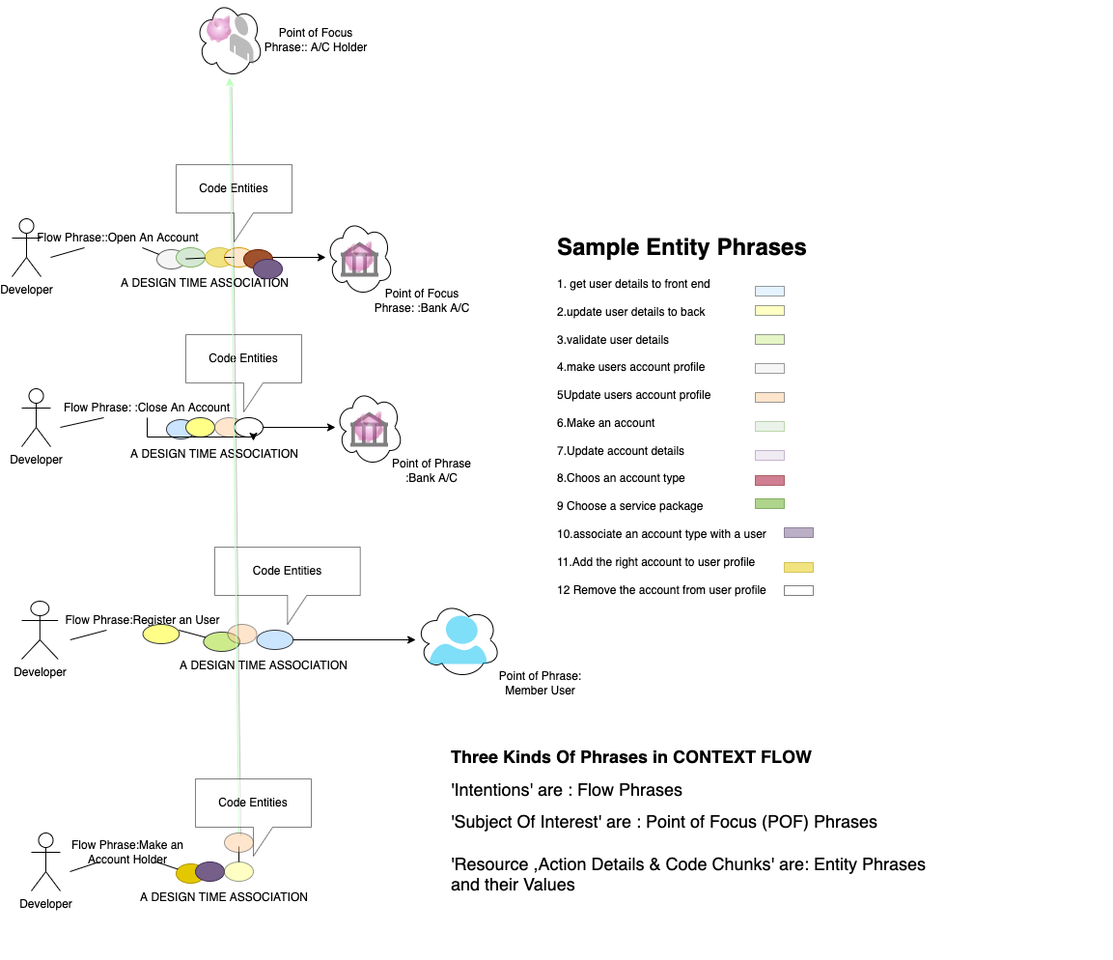
Earlier version of the draw.io export flow_context.png (spicecoder/ContextFlow_Intro). Source tidied: cells renumbered, new cells last; positions are measured from the earlier drawing's top-left corner, leaving out a move shared by most shapes.
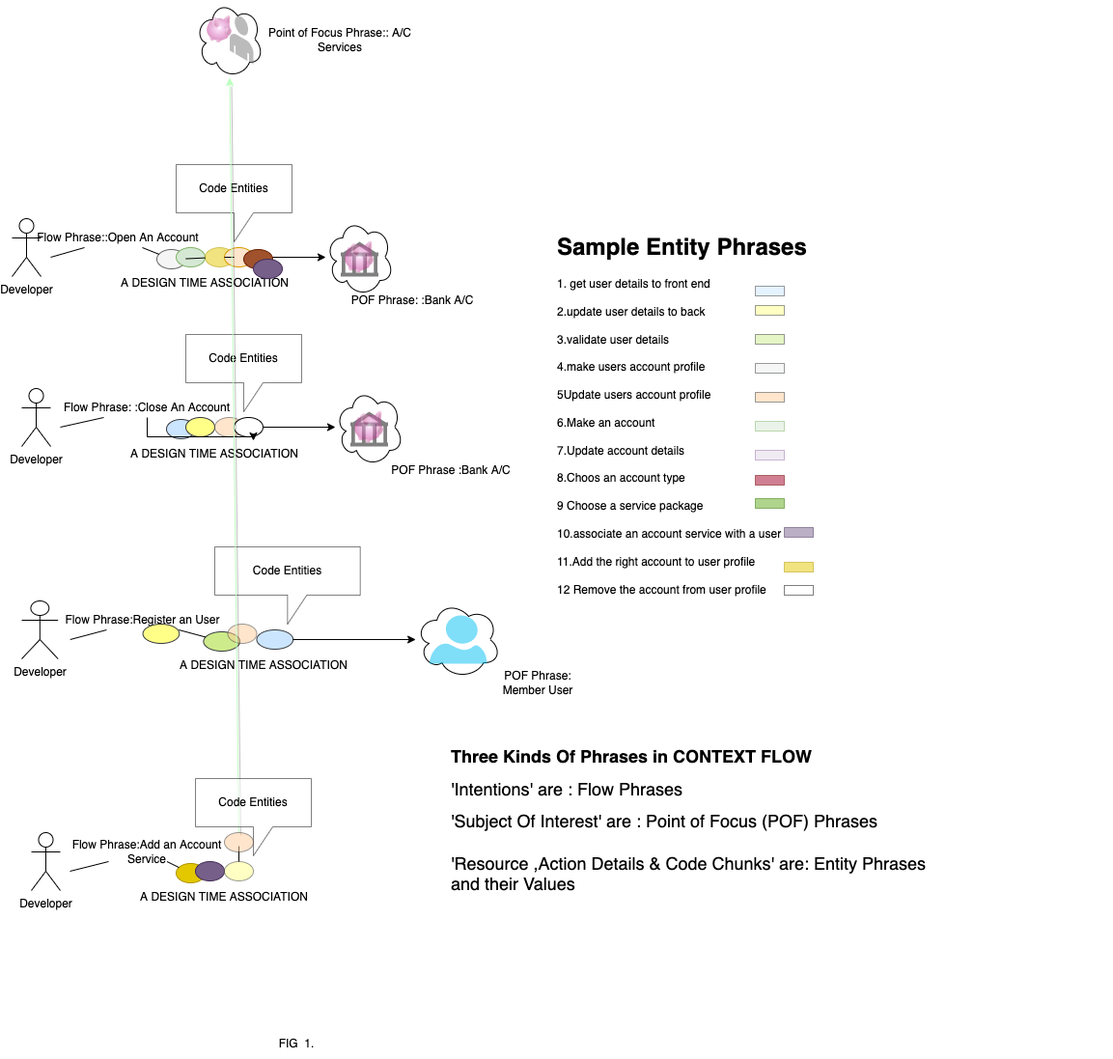
After the commit.

Diff of the diagram source:
```diff
@@ -52,8 +52,8 @@
     <mxCell id="17" value="A DESIGN TIME ASSOCIATION" style="text;html=1;strokeColor=none;fillColor=none;align=center;verticalAlign=middle;whiteSpace=wrap;rounded=0;opacity=50;" parent="2" vertex="1">
       <mxGeometry x="110" y="108" width="180" height="30" as="geometry" />
     </mxCell>
-    <mxCell id="18" value="Point of Focus Phrase: :Bank A/C" style="text;html=1;strokeColor=none;fillColor=none;align=center;verticalAlign=middle;whiteSpace=wrap;rounded=0;opacity=50;" parent="2" vertex="1">
-      <mxGeometry x="370" y="126" width="110" height="30" as="geometry" />
+    <mxCell id="18" value="POF Phrase: :Bank A/C" style="text;html=1;strokeColor=none;fillColor=none;align=center;verticalAlign=middle;whiteSpace=wrap;rounded=0;opacity=50;" parent="2" vertex="1">
+      <mxGeometry x="350" y="126" width="130" height="30" as="geometry" />
     </mxCell>
     <mxCell id="19" value="Code Entities" style="shape=callout;whiteSpace=wrap;html=1;perimeter=calloutPerimeter;opacity=50;" parent="2" vertex="1">
       <mxGeometry x="170" width="120" height="80" as="geometry" />
@@ -65,7 +65,7 @@
       <mxGeometry x="250" y="98" width="30" height="20" as="geometry" />
     </mxCell>
     <mxCell id="22" style="group;" parent="1" vertex="1">
-      <mxGeometry x="10" y="346" width="480" height="156" as="geometry" />
+      <mxGeometry x="10" y="346" width="520" height="156" as="geometry" />
     </mxCell>
     <mxCell id="23" value="Developer" style="shape=umlActor;verticalLabelPosition=bottom;verticalAlign=top;html=1;" parent="22" vertex="1">
       <mxGeometry y="56" width="30" height="60" as="geometry" />
@@ -113,14 +113,14 @@
     <mxCell id="35" value="A DESIGN TIME ASSOCIATION" style="text;html=1;strokeColor=none;fillColor=none;align=center;verticalAlign=middle;whiteSpace=wrap;rounded=0;opacity=50;" parent="22" vertex="1">
       <mxGeometry x="110" y="110" width="180" height="28" as="geometry" />
     </mxCell>
-    <mxCell id="36" value="Point of Phrase :Bank A/C" style="text;html=1;strokeColor=none;fillColor=none;align=center;verticalAlign=middle;whiteSpace=wrap;rounded=0;opacity=50;" parent="22" vertex="1">
-      <mxGeometry x="370" y="126" width="110" height="30" as="geometry" />
+    <mxCell id="36" value="POF Phrase :Bank A/C" style="text;html=1;strokeColor=none;fillColor=none;align=center;verticalAlign=middle;whiteSpace=wrap;rounded=0;opacity=50;" parent="22" vertex="1">
+      <mxGeometry x="370" y="126" width="150" height="30" as="geometry" />
     </mxCell>
     <mxCell id="37" value="Code Entities" style="shape=callout;whiteSpace=wrap;html=1;perimeter=calloutPerimeter;opacity=50;" parent="22" vertex="1">
       <mxGeometry x="170" width="120" height="80" as="geometry" />
     </mxCell>
     <mxCell id="38" style="group;" parent="1" vertex="1">
-      <mxGeometry x="10" y="566" width="610" height="156" as="geometry" />
+      <mxGeometry x="10" y="566" width="630" height="156" as="geometry" />
     </mxCell>
     <mxCell id="39" value="Developer" style="shape=umlActor;verticalLabelPosition=bottom;verticalAlign=top;html=1;" parent="38" vertex="1">
       <mxGeometry y="56" width="37.7" height="60" as="geometry" />
@@ -156,8 +156,8 @@
     <mxCell id="48" value="A DESIGN TIME ASSOCIATION" style="text;html=1;strokeColor=none;fillColor=none;align=center;verticalAlign=middle;whiteSpace=wrap;rounded=0;opacity=50;" parent="38" vertex="1">
       <mxGeometry x="138.1" y="108" width="226" height="30" as="geometry" />
     </mxCell>
-    <mxCell id="49" value="Point of Phrase:&lt;br&gt;Member User" style="text;html=1;strokeColor=none;fillColor=none;align=center;verticalAlign=middle;whiteSpace=wrap;rounded=0;opacity=50;" parent="38" vertex="1">
-      <mxGeometry x="464.6" y="126" width="145.3" height="30" as="geometry" />
+    <mxCell id="49" value="POF Phrase:&lt;br&gt;Member User" style="text;html=1;strokeColor=none;fillColor=none;align=center;verticalAlign=middle;whiteSpace=wrap;rounded=0;opacity=50;" parent="38" vertex="1">
+      <mxGeometry x="440" y="126" width="190" height="30" as="geometry" />
     </mxCell>
     <mxCell id="50" value="Code Entities" style="shape=callout;whiteSpace=wrap;html=1;perimeter=calloutPerimeter;opacity=50;" parent="38" vertex="1">
       <mxGeometry x="200" width="150.7" height="80" as="geometry" />
@@ -199,8 +199,8 @@
         <mxPoint x="234.9" y="862" as="sourcePoint" />
       </mxGeometry>
     </mxCell>
-    <mxCell id="62" value="Flow Phrase:Make an Account Holder" style="text;html=1;strokeColor=none;fillColor=none;align=center;verticalAlign=middle;whiteSpace=wrap;rounded=0;opacity=50;" parent="1" vertex="1">
-      <mxGeometry x="40" y="872" width="160" height="20" as="geometry" />
+    <mxCell id="62" value="Flow Phrase:Add an Account Service" style="text;html=1;strokeColor=none;fillColor=none;align=center;verticalAlign=middle;whiteSpace=wrap;rounded=0;opacity=50;" parent="1" vertex="1">
+      <mxGeometry x="40" y="872" width="200" height="20" as="geometry" />
     </mxCell>
     <mxCell id="63" style="endArrow=none;html=1;rounded=0;" parent="1" edge="1" target="62">
       <mxGeometry relative="1" as="geometry">
@@ -210,8 +210,8 @@
     <mxCell id="64" value="A DESIGN TIME ASSOCIATION" style="text;html=1;strokeColor=none;fillColor=none;align=center;verticalAlign=middle;whiteSpace=wrap;rounded=0;opacity=50;" parent="1" vertex="1">
       <mxGeometry x="130" y="914" width="180" height="30" as="geometry" />
     </mxCell>
-    <mxCell id="65" value="Point of Focus Phrase:: A/C Holder" style="text;html=1;strokeColor=none;fillColor=none;align=center;verticalAlign=middle;whiteSpace=wrap;rounded=0;opacity=50;" parent="1" vertex="1">
-      <mxGeometry x="260" y="26" width="110" height="30" as="geometry" />
+    <mxCell id="65" value="Point of Focus Phrase:: A/C Services" style="text;html=1;strokeColor=none;fillColor=none;align=center;verticalAlign=middle;whiteSpace=wrap;rounded=0;opacity=50;" parent="1" vertex="1">
+      <mxGeometry x="260" y="26" width="160" height="30" as="geometry" />
     </mxCell>
     <mxCell id="66" value="Code Entities" style="shape=callout;whiteSpace=wrap;html=1;perimeter=calloutPerimeter;opacity=50;" parent="1" vertex="1">
       <mxGeometry x="190" y="806" width="120" height="80" as="geometry" />
@@ -222,7 +222,7 @@
     <mxCell id="68" style="image;html=1;image=img/lib/clip_art/finance/Piggy_Bank_128x128.png;opacity=50;" parent="1" vertex="1">
       <mxGeometry x="200" y="15.8" width="30" height="28" as="geometry" />
     </mxCell>
-    <mxCell id="69" value="&lt;h1&gt;Sample Entity Phrases&lt;/h1&gt;&lt;div&gt;1. get user details to front end&lt;/div&gt;&lt;div&gt;&lt;br&gt;&lt;/div&gt;&lt;div&gt;2.update user details to back&amp;nbsp;&lt;/div&gt;&lt;div&gt;&lt;br&gt;&lt;/div&gt;&lt;div&gt;&lt;span&gt;3.validate user details&lt;/span&gt;&lt;/div&gt;&lt;div&gt;&lt;span&gt;&lt;br&gt;&lt;/span&gt;&lt;/div&gt;&lt;div&gt;4.make users account profile&lt;/div&gt;&lt;div&gt;&lt;br&gt;&lt;/div&gt;&lt;div&gt;5Update users account profile&lt;/div&gt;&lt;div&gt;&lt;br&gt;&lt;/div&gt;&lt;div&gt;6.Make an account&lt;/div&gt;&lt;div&gt;&lt;br&gt;&lt;/div&gt;&lt;div&gt;7.Update account details&lt;/div&gt;&lt;div&gt;&lt;br&gt;&lt;/div&gt;&lt;div&gt;8.Choos an account type&lt;/div&gt;&lt;div&gt;&lt;br&gt;&lt;/div&gt;&lt;div&gt;9 Choose a service package&lt;/div&gt;&lt;div&gt;&lt;br&gt;&lt;/div&gt;&lt;div&gt;10.associate an account type with a user&lt;/div&gt;&lt;div&gt;&lt;br&gt;&lt;/div&gt;&lt;div&gt;11.Add the right account to user profile&lt;/div&gt;&lt;div&gt;&lt;br&gt;&lt;/div&gt;&lt;div&gt;12 Remove the account from user profile&lt;/div&gt;&lt;div&gt;&lt;br&gt;&lt;/div&gt;" style="text;html=1;strokeColor=none;fillColor=none;spacing=5;spacingTop=-20;whiteSpace=wrap;overflow=hidden;rounded=0;opacity=50;" parent="1" vertex="1">
+    <mxCell id="69" value="&lt;h1&gt;Sample Entity Phrases&lt;/h1&gt;&lt;div&gt;1. get user details to front end&lt;/div&gt;&lt;div&gt;&lt;br&gt;&lt;/div&gt;&lt;div&gt;2.update user details to back&amp;nbsp;&lt;/div&gt;&lt;div&gt;&lt;br&gt;&lt;/div&gt;&lt;div&gt;&lt;span&gt;3.validate user details&lt;/span&gt;&lt;/div&gt;&lt;div&gt;&lt;span&gt;&lt;br&gt;&lt;/span&gt;&lt;/div&gt;&lt;div&gt;4.make users account profile&lt;/div&gt;&lt;div&gt;&lt;br&gt;&lt;/div&gt;&lt;div&gt;5Update users account profile&lt;/div&gt;&lt;div&gt;&lt;br&gt;&lt;/div&gt;&lt;div&gt;6.Make an account&lt;/div&gt;&lt;div&gt;&lt;br&gt;&lt;/div&gt;&lt;div&gt;7.Update account details&lt;/div&gt;&lt;div&gt;&lt;br&gt;&lt;/div&gt;&lt;div&gt;8.Choos an account type&lt;/div&gt;&lt;div&gt;&lt;br&gt;&lt;/div&gt;&lt;div&gt;9 Choose a service package&lt;/div&gt;&lt;div&gt;&lt;br&gt;&lt;/div&gt;&lt;div&gt;10.associate an account service with a user&lt;/div&gt;&lt;div&gt;&lt;br&gt;&lt;/div&gt;&lt;div&gt;11.Add the right account to user profile&lt;/div&gt;&lt;div&gt;&lt;br&gt;&lt;/div&gt;&lt;div&gt;12 Remove the account from user profile&lt;/div&gt;&lt;div&gt;&lt;br&gt;&lt;/div&gt;" style="text;html=1;strokeColor=none;fillColor=none;spacing=5;spacingTop=-20;whiteSpace=wrap;overflow=hidden;rounded=0;opacity=50;" parent="1" vertex="1">
       <mxGeometry x="560" y="236" width="340" height="420" as="geometry" />
     </mxCell>
     <mxCell id="70" value="&lt;h1 style=&quot;font-size: 18px&quot;&gt;&lt;font style=&quot;font-size: 18px&quot;&gt;Three Kinds Of Phrases in CONTEXT FLOW&lt;/font&gt;&lt;/h1&gt;&lt;h1 style=&quot;font-size: 18px&quot;&gt;&lt;span style=&quot;font-weight: normal&quot;&gt;&lt;font style=&quot;font-size: 18px&quot;&gt;'Intentions' are : Flow Phrases&lt;/font&gt;&lt;/span&gt;&lt;/h1&gt;&lt;div style=&quot;font-size: 18px&quot;&gt;&lt;font style=&quot;font-size: 18px&quot;&gt;'Subject Of Interest' are : Point of Focus (POF) Phrases&lt;/font&gt;&lt;/div&gt;&lt;div style=&quot;font-size: 18px&quot;&gt;&lt;font style=&quot;font-size: 18px&quot;&gt;&lt;br&gt;&lt;/font&gt;&lt;/div&gt;&lt;div style=&quot;font-size: 18px&quot;&gt;&lt;font style=&quot;font-size: 18px&quot;&gt;&lt;font style=&quot;font-size: 18px&quot;&gt;'Resource ,Action Details &amp;amp; Code Chunks' are: Entity Phrases&lt;/font&gt;&lt;font style=&quot;font-size: 18px&quot;&gt;&amp;nbsp;&amp;nbsp;&lt;/font&gt;&lt;/font&gt;&lt;/div&gt;&lt;div style=&quot;font-size: 18px&quot;&gt;&lt;font style=&quot;font-size: 18px&quot;&gt;and their Values&lt;/font&gt;&lt;/div&gt;&lt;p style=&quot;font-size: 18px&quot;&gt;&lt;br&gt;&lt;/p&gt;" style="text;html=1;strokeColor=none;fillColor=none;spacing=5;spacingTop=-20;whiteSpace=wrap;overflow=hidden;rounded=0;opacity=50;" parent="1" vertex="1">
@@ -267,5 +267,8 @@
     <mxCell id="83" style="ellipse;whiteSpace=wrap;html=1;opacity=50;fillColor=#ffcc99;strokeColor=#36393d;" parent="1" vertex="1">
       <mxGeometry x="220" y="862" width="30" height="20" as="geometry" />
     </mxCell>
+    <mxCell id="84" value="FIG&amp;nbsp; 1." style="text;html=1;strokeColor=none;fillColor=none;align=center;verticalAlign=middle;whiteSpace=wrap;rounded=0;" parent="1" vertex="1">
+      <mxGeometry x="265" y="1066" width="60" height="30" as="geometry" />
+    </mxCell>
   </root>
 </mxGraphModel>
```
